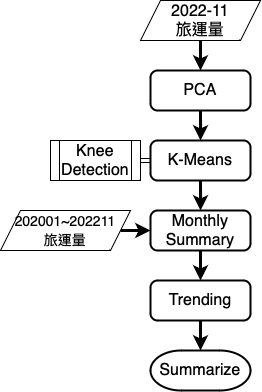
This is FlowChart.png from cccjry/MRT_transport_analysis_byDay, a draw.io export, as it was before one commit. Source tidied: cells renumbered, new cells last; positions are measured from the earlier drawing's top-left corner, leaving out a move shared by most shapes. The source it was exported from:
```xml
<mxGraphModel>
  <root>
    <mxCell id="0" />
    <mxCell id="1" parent="0" />
    <mxCell id="2" style="edgeStyle=orthogonalEdgeStyle;rounded=0;jettySize=auto;html=1;exitX=0.5;exitY=1;exitDx=0;exitDy=0;fontSize=16;entryX=0.5;entryY=0;entryDx=0;entryDy=0;strokeWidth=3;" parent="1" edge="1" source="3" target="16">
      <mxGeometry relative="1" as="geometry" />
    </mxCell>
    <mxCell id="3" value="2022-11&lt;br style=&quot;font-size: 16px;&quot;&gt;旅運量" style="shape=parallelogram;perimeter=parallelogramPerimeter;whiteSpace=wrap;html=1;fixedSize=1;fontSize=16;" parent="1" vertex="1">
      <mxGeometry x="140" width="120" height="40" as="geometry" />
    </mxCell>
    <mxCell id="4" style="edgeStyle=orthogonalEdgeStyle;rounded=0;jettySize=auto;html=1;exitX=1;exitY=0.5;exitDx=0;exitDy=0;entryX=0;entryY=0.5;entryDx=0;entryDy=0;fontSize=16;shape=link;" parent="1" edge="1" source="5" target="7">
      <mxGeometry relative="1" as="geometry" />
    </mxCell>
    <mxCell id="5" value="Knee&lt;br&gt;Detection" style="shape=process;whiteSpace=wrap;html=1;backgroundOutline=1;fontSize=16;" parent="1" vertex="1">
      <mxGeometry x="50" y="140" width="90" height="40" as="geometry" />
    </mxCell>
    <mxCell id="6" style="edgeStyle=orthogonalEdgeStyle;rounded=0;jettySize=auto;html=1;exitX=0.5;exitY=1;exitDx=0;exitDy=0;fontSize=16;strokeWidth=3;" parent="1" edge="1" source="7" target="11">
      <mxGeometry relative="1" as="geometry" />
    </mxCell>
    <mxCell id="7" value="K-Means" style="rounded=1;whiteSpace=wrap;html=1;absoluteArcSize=1;arcSize=14;strokeWidth=2;fontSize=16;" parent="1" vertex="1">
      <mxGeometry x="150" y="140" width="100" height="40" as="geometry" />
    </mxCell>
    <mxCell id="8" style="edgeStyle=orthogonalEdgeStyle;rounded=0;jettySize=auto;html=1;exitX=1;exitY=0.5;exitDx=0;exitDy=0;entryX=0;entryY=0.5;entryDx=0;entryDy=0;strokeWidth=3;fontSize=14;" parent="1" edge="1" source="9" target="11">
      <mxGeometry relative="1" as="geometry" />
    </mxCell>
    <mxCell id="9" value="&lt;font style=&quot;font-size: 14px;&quot;&gt;202001~202211&lt;br&gt;旅運量&lt;/font&gt;" style="shape=parallelogram;perimeter=parallelogramPerimeter;whiteSpace=wrap;html=1;fixedSize=1;fontSize=16;" parent="1" vertex="1">
      <mxGeometry y="210" width="130" height="40" as="geometry" />
    </mxCell>
    <mxCell id="10" style="edgeStyle=orthogonalEdgeStyle;rounded=0;jettySize=auto;html=1;exitX=0.5;exitY=1;exitDx=0;exitDy=0;entryX=0.5;entryY=0;entryDx=0;entryDy=0;strokeWidth=3;fontSize=14;" parent="1" edge="1" source="11" target="13">
      <mxGeometry relative="1" as="geometry" />
    </mxCell>
    <mxCell id="11" value="Monthly&lt;br&gt;Summary" style="rounded=1;whiteSpace=wrap;html=1;absoluteArcSize=1;arcSize=14;strokeWidth=2;fontSize=16;" parent="1" vertex="1">
      <mxGeometry x="150" y="210" width="100" height="40" as="geometry" />
    </mxCell>
    <mxCell id="12" style="edgeStyle=orthogonalEdgeStyle;rounded=0;jettySize=auto;html=1;exitX=0.5;exitY=1;exitDx=0;exitDy=0;entryX=0.5;entryY=0;entryDx=0;entryDy=0;entryPerimeter=0;strokeWidth=3;fontSize=14;" parent="1" edge="1" source="13" target="14">
      <mxGeometry relative="1" as="geometry" />
    </mxCell>
    <mxCell id="13" value="Trending" style="rounded=1;whiteSpace=wrap;html=1;absoluteArcSize=1;arcSize=14;strokeWidth=2;fontSize=16;" parent="1" vertex="1">
      <mxGeometry x="150" y="280" width="100" height="40" as="geometry" />
    </mxCell>
    <mxCell id="14" value="Summarize" style="strokeWidth=2;html=1;shape=mxgraph.flowchart.terminator;whiteSpace=wrap;fontSize=16;" parent="1" vertex="1">
      <mxGeometry x="150" y="350" width="100" height="40" as="geometry" />
    </mxCell>
    <mxCell id="15" style="edgeStyle=orthogonalEdgeStyle;rounded=0;jettySize=auto;html=1;exitX=0.5;exitY=1;exitDx=0;exitDy=0;strokeWidth=3;" parent="1" edge="1" source="16" target="7">
      <mxGeometry relative="1" as="geometry" />
    </mxCell>
    <mxCell id="16" value="PCA" style="rounded=1;whiteSpace=wrap;html=1;absoluteArcSize=1;arcSize=14;strokeWidth=2;fontSize=16;" parent="1" vertex="1">
      <mxGeometry x="150" y="70" width="100" height="40" as="geometry" />
    </mxCell>
  </root>
</mxGraphModel>
```
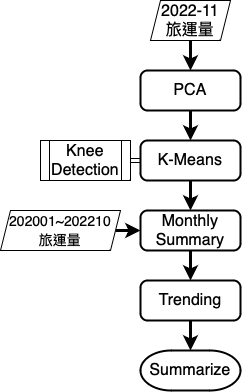
After the commit.

What changed in the source:
```diff
@@ -5,8 +5,8 @@
     <mxCell id="2" style="edgeStyle=orthogonalEdgeStyle;rounded=0;jettySize=auto;html=1;exitX=0.5;exitY=1;exitDx=0;exitDy=0;fontSize=16;entryX=0.5;entryY=0;entryDx=0;entryDy=0;strokeWidth=3;" parent="1" edge="1" source="3" target="16">
       <mxGeometry relative="1" as="geometry" />
     </mxCell>
-    <mxCell id="3" value="2022-11&lt;br style=&quot;font-size: 16px;&quot;&gt;旅運量" style="shape=parallelogram;perimeter=parallelogramPerimeter;whiteSpace=wrap;html=1;fixedSize=1;fontSize=16;" parent="1" vertex="1">
-      <mxGeometry x="140" width="120" height="40" as="geometry" />
+    <mxCell id="3" value="2022-11&lt;br style=&quot;font-size: 16px;&quot;&gt;旅運量" style="shape=parallelogram;perimeter=parallelogramPerimeter;whiteSpace=wrap;html=1;fixedSize=1;fontSize=16;size=10;" parent="1" vertex="1">
+      <mxGeometry x="160" width="80" height="40" as="geometry" />
     </mxCell>
     <mxCell id="4" style="edgeStyle=orthogonalEdgeStyle;rounded=0;jettySize=auto;html=1;exitX=1;exitY=0.5;exitDx=0;exitDy=0;entryX=0;entryY=0.5;entryDx=0;entryDy=0;fontSize=16;shape=link;" parent="1" edge="1" source="5" target="7">
       <mxGeometry relative="1" as="geometry" />
@@ -23,8 +23,8 @@
     <mxCell id="8" style="edgeStyle=orthogonalEdgeStyle;rounded=0;jettySize=auto;html=1;exitX=1;exitY=0.5;exitDx=0;exitDy=0;entryX=0;entryY=0.5;entryDx=0;entryDy=0;strokeWidth=3;fontSize=14;" parent="1" edge="1" source="9" target="11">
       <mxGeometry relative="1" as="geometry" />
     </mxCell>
-    <mxCell id="9" value="&lt;font style=&quot;font-size: 14px;&quot;&gt;202001~202211&lt;br&gt;旅運量&lt;/font&gt;" style="shape=parallelogram;perimeter=parallelogramPerimeter;whiteSpace=wrap;html=1;fixedSize=1;fontSize=16;" parent="1" vertex="1">
-      <mxGeometry y="210" width="130" height="40" as="geometry" />
+    <mxCell id="9" value="&lt;font style=&quot;font-size: 14px;&quot;&gt;202001~202210&lt;br&gt;旅運量&lt;/font&gt;" style="shape=parallelogram;perimeter=parallelogramPerimeter;whiteSpace=wrap;html=1;fixedSize=1;fontSize=16;size=10;" parent="1" vertex="1">
+      <mxGeometry x="10" y="210" width="120" height="40" as="geometry" />
     </mxCell>
     <mxCell id="10" style="edgeStyle=orthogonalEdgeStyle;rounded=0;jettySize=auto;html=1;exitX=0.5;exitY=1;exitDx=0;exitDy=0;entryX=0.5;entryY=0;entryDx=0;entryDy=0;strokeWidth=3;fontSize=14;" parent="1" edge="1" source="11" target="13">
       <mxGeometry relative="1" as="geometry" />
```
